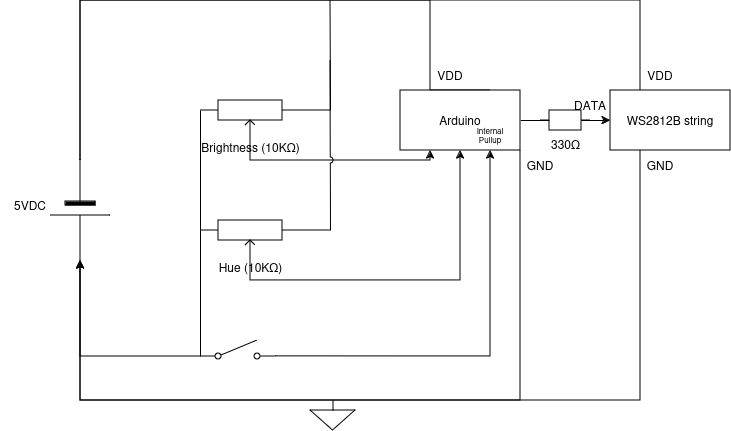
mtak/desk-color-bar keeps this draw.io diagram as Desk-color-bar.drawio.png. Above is the earlier version. Source tidied: cells renumbered, new cells last; positions are measured from the earlier drawing's top-left corner, leaving out a move shared by most shapes. Source of this version:
```xml
<mxGraphModel>
  <root>
    <mxCell id="0" />
    <mxCell id="1" parent="0" />
    <mxCell id="2" style="edgeStyle=orthogonalEdgeStyle;rounded=0;jettySize=auto;html=1;exitX=1;exitY=0.5;exitDx=0;exitDy=0;exitPerimeter=0;entryX=0;entryY=0.8;entryDx=0;entryDy=0;endArrow=none;endFill=0;" parent="1" edge="1" source="5" target="9">
      <mxGeometry relative="1" as="geometry" />
    </mxCell>
    <mxCell id="3" style="edgeStyle=orthogonalEdgeStyle;rounded=0;jettySize=auto;html=1;exitX=0;exitY=0.5;exitDx=0;exitDy=0;exitPerimeter=0;endArrow=none;endFill=0;entryX=0.75;entryY=0;entryDx=0;entryDy=0;" parent="1" edge="1" source="5" target="7">
      <mxGeometry relative="1" as="geometry">
        <Array as="points">
          <mxPoint x="80" />
          <mxPoint x="430" />
          <mxPoint x="430" y="90" />
        </Array>
      </mxGeometry>
    </mxCell>
    <mxCell id="4" style="edgeStyle=orthogonalEdgeStyle;rounded=0;jettySize=auto;html=1;exitX=0;exitY=0.5;exitDx=0;exitDy=0;exitPerimeter=0;entryX=0.25;entryY=0;entryDx=0;entryDy=0;endArrow=none;endFill=0;" parent="1" edge="1" source="5" target="19">
      <mxGeometry relative="1" as="geometry">
        <Array as="points">
          <mxPoint x="80" />
          <mxPoint x="640" />
        </Array>
      </mxGeometry>
    </mxCell>
    <mxCell id="5" style="verticalLabelPosition=bottom;shadow=0;dashed=0;align=center;fillColor=strokeColor;html=1;verticalAlign=top;strokeWidth=1;shape=mxgraph.electrical.miscellaneous.monocell_battery;rotation=90;" parent="1" vertex="1">
      <mxGeometry x="30" y="180" width="100" height="60" as="geometry" />
    </mxCell>
    <mxCell id="6" style="edgeStyle=orthogonalEdgeStyle;rounded=0;jettySize=auto;html=1;exitX=1;exitY=0.5;exitDx=0;exitDy=0;entryX=0;entryY=0.5;entryDx=0;entryDy=0;endArrow=classic;endFill=1;" parent="1" edge="1" source="7" target="19">
      <mxGeometry relative="1" as="geometry" />
    </mxCell>
    <mxCell id="7" value="Arduino" style="rounded=0;whiteSpace=wrap;html=1;" parent="1" vertex="1">
      <mxGeometry x="400" y="90" width="120" height="60" as="geometry" />
    </mxCell>
    <mxCell id="8" style="edgeStyle=orthogonalEdgeStyle;rounded=0;jettySize=auto;html=1;exitX=1;exitY=0.8;exitDx=0;exitDy=0;entryX=0.75;entryY=1;entryDx=0;entryDy=0;endArrow=classic;endFill=1;" parent="1" edge="1" source="9" target="7">
      <mxGeometry relative="1" as="geometry" />
    </mxCell>
    <mxCell id="9" style="html=1;shape=mxgraph.electrical.electro-mechanical.singleSwitch;elSwitchState=off;" parent="1" vertex="1">
      <mxGeometry x="200" y="340" width="75" height="20" as="geometry" />
    </mxCell>
    <mxCell id="10" style="edgeStyle=orthogonalEdgeStyle;rounded=0;jettySize=auto;html=1;exitX=1;exitY=0.25;exitDx=0;exitDy=0;exitPerimeter=0;endArrow=none;endFill=0;" parent="1" edge="1" source="12">
      <mxGeometry relative="1" as="geometry">
        <mxPoint x="330" as="targetPoint" />
      </mxGeometry>
    </mxCell>
    <mxCell id="11" style="edgeStyle=orthogonalEdgeStyle;rounded=0;jettySize=auto;html=1;exitX=0.5;exitY=1;exitDx=0;exitDy=0;exitPerimeter=0;jumpStyle=arc;jumpSize=10;endArrow=classic;endFill=1;entryX=0.25;entryY=1;entryDx=0;entryDy=0;" parent="1" edge="1" source="12" target="7">
      <mxGeometry relative="1" as="geometry" />
    </mxCell>
    <mxCell id="12" value="Brightness (10K&lt;span lang=&quot;nl&quot; class=&quot;BxUVEf ILfuVd&quot;&gt;&lt;span class=&quot;hgKElc&quot;&gt;Ω)&lt;/span&gt;&lt;/span&gt;" style="verticalLabelPosition=bottom;shadow=0;dashed=0;align=center;html=1;verticalAlign=top;shape=mxgraph.electrical.resistors.potentiometer_1;spacing=-5;" parent="1" vertex="1">
      <mxGeometry x="200" y="100" width="100" height="40" as="geometry" />
    </mxCell>
    <mxCell id="13" style="edgeStyle=orthogonalEdgeStyle;rounded=0;jettySize=auto;html=1;exitX=1;exitY=0.25;exitDx=0;exitDy=0;exitPerimeter=0;jumpStyle=arc;endArrow=none;endFill=0;" parent="1" edge="1" source="15">
      <mxGeometry relative="1" as="geometry">
        <mxPoint x="330" y="60" as="targetPoint" />
      </mxGeometry>
    </mxCell>
    <mxCell id="14" style="edgeStyle=orthogonalEdgeStyle;rounded=0;jettySize=auto;html=1;exitX=0.5;exitY=1;exitDx=0;exitDy=0;exitPerimeter=0;entryX=0.5;entryY=1;entryDx=0;entryDy=0;endArrow=classic;endFill=1;" parent="1" edge="1" source="15" target="7">
      <mxGeometry relative="1" as="geometry" />
    </mxCell>
    <mxCell id="15" value="Hue (10K&lt;span lang=&quot;nl&quot; class=&quot;BxUVEf ILfuVd&quot;&gt;&lt;span class=&quot;hgKElc&quot;&gt;Ω)&lt;/span&gt;&lt;/span&gt;" style="verticalLabelPosition=bottom;shadow=0;dashed=0;align=center;html=1;verticalAlign=top;shape=mxgraph.electrical.resistors.potentiometer_1;spacing=-5;" parent="1" vertex="1">
      <mxGeometry x="200" y="220" width="100" height="40" as="geometry" />
    </mxCell>
    <mxCell id="16" style="endArrow=none;html=1;rounded=0;exitX=0;exitY=0.8;exitDx=0;exitDy=0;entryX=0;entryY=0.25;entryDx=0;entryDy=0;entryPerimeter=0;" parent="1" edge="1" source="9" target="15">
      <mxGeometry relative="1" as="geometry" />
    </mxCell>
    <mxCell id="17" style="endArrow=none;html=1;rounded=0;exitX=0;exitY=0.25;exitDx=0;exitDy=0;exitPerimeter=0;entryX=0;entryY=0.25;entryDx=0;entryDy=0;entryPerimeter=0;" parent="1" edge="1" source="15" target="12">
      <mxGeometry relative="1" as="geometry" />
    </mxCell>
    <mxCell id="18" style="edgeStyle=orthogonalEdgeStyle;rounded=0;jettySize=auto;html=1;exitX=1;exitY=1;exitDx=0;exitDy=0;entryX=1;entryY=0.5;entryDx=0;entryDy=0;entryPerimeter=0;" parent="1" edge="1" source="7" target="5">
      <mxGeometry relative="1" as="geometry">
        <Array as="points">
          <mxPoint x="520" y="400" />
          <mxPoint x="80" y="400" />
        </Array>
      </mxGeometry>
    </mxCell>
    <mxCell id="19" value="WS2812B string" style="rounded=0;whiteSpace=wrap;html=1;" parent="1" vertex="1">
      <mxGeometry x="610" y="90" width="120" height="60" as="geometry" />
    </mxCell>
    <mxCell id="20" style="edgeStyle=orthogonalEdgeStyle;rounded=0;jettySize=auto;html=1;exitX=0.25;exitY=1;exitDx=0;exitDy=0;entryX=1;entryY=0.5;entryDx=0;entryDy=0;entryPerimeter=0;" parent="1" edge="1" source="19" target="5">
      <mxGeometry relative="1" as="geometry">
        <Array as="points">
          <mxPoint x="640" y="400" />
          <mxPoint x="80" y="400" />
        </Array>
      </mxGeometry>
    </mxCell>
    <mxCell id="21" value="VDD" style="text;html=1;align=center;verticalAlign=middle;whiteSpace=wrap;rounded=0;" parent="1" vertex="1">
      <mxGeometry x="420" y="60" width="60" height="30" as="geometry" />
    </mxCell>
    <mxCell id="22" value="GND" style="text;html=1;align=center;verticalAlign=middle;whiteSpace=wrap;rounded=0;" parent="1" vertex="1">
      <mxGeometry x="510" y="150" width="60" height="30" as="geometry" />
    </mxCell>
    <mxCell id="23" value="&lt;div style=&quot;font-size: 8px;&quot;&gt;&lt;font style=&quot;font-size: 8px;&quot;&gt;Internal&lt;/font&gt;&lt;/div&gt;&lt;div style=&quot;font-size: 8px;&quot;&gt;&lt;font style=&quot;font-size: 8px;&quot;&gt;&lt;font style=&quot;font-size: 8px;&quot;&gt;Pullup&lt;/font&gt;&lt;font style=&quot;font-size: 8px;&quot;&gt;&lt;br style=&quot;font-size: 8px;&quot;&gt;&lt;/font&gt;&lt;/font&gt;&lt;/div&gt;" style="text;html=1;align=center;verticalAlign=middle;whiteSpace=wrap;rounded=0;fontSize=8;" parent="1" vertex="1">
      <mxGeometry x="460" y="120" width="60" height="30" as="geometry" />
    </mxCell>
    <mxCell id="24" value="VDD" style="text;html=1;align=center;verticalAlign=middle;whiteSpace=wrap;rounded=0;" parent="1" vertex="1">
      <mxGeometry x="630" y="60" width="60" height="30" as="geometry" />
    </mxCell>
    <mxCell id="25" value="GND" style="text;html=1;align=center;verticalAlign=middle;whiteSpace=wrap;rounded=0;" parent="1" vertex="1">
      <mxGeometry x="630" y="150" width="60" height="30" as="geometry" />
    </mxCell>
    <mxCell id="26" value="DATA" style="text;html=1;align=center;verticalAlign=middle;whiteSpace=wrap;rounded=0;" parent="1" vertex="1">
      <mxGeometry x="560" y="90" width="60" height="30" as="geometry" />
    </mxCell>
    <mxCell id="27" value="330&lt;span lang=&quot;nl&quot; class=&quot;BxUVEf ILfuVd&quot;&gt;&lt;span class=&quot;hgKElc&quot;&gt;Ω&lt;/span&gt;&lt;/span&gt;" style="verticalLabelPosition=bottom;shadow=0;dashed=0;align=center;html=1;verticalAlign=top;shape=mxgraph.electrical.resistors.resistor_1;" parent="1" vertex="1">
      <mxGeometry x="540" y="110" width="50" height="20" as="geometry" />
    </mxCell>
    <mxCell id="28" value="5VDC" style="text;html=1;align=center;verticalAlign=middle;whiteSpace=wrap;rounded=0;" parent="1" vertex="1">
      <mxGeometry y="190" width="60" height="30" as="geometry" />
    </mxCell>
    <mxCell id="29" style="edgeStyle=orthogonalEdgeStyle;rounded=0;jettySize=auto;html=1;exitX=0.5;exitY=0;exitDx=0;exitDy=0;exitPerimeter=0;endArrow=none;endFill=0;" parent="1" edge="1" source="30">
      <mxGeometry relative="1" as="geometry">
        <mxPoint x="332.8" y="400" as="targetPoint" />
      </mxGeometry>
    </mxCell>
    <mxCell id="30" style="verticalLabelPosition=bottom;shadow=0;dashed=0;align=center;html=1;verticalAlign=top;shape=mxgraph.electrical.signal_sources.signal_ground;" parent="1" vertex="1">
      <mxGeometry x="310" y="400" width="45" height="30" as="geometry" />
    </mxCell>
  </root>
</mxGraphModel>
```
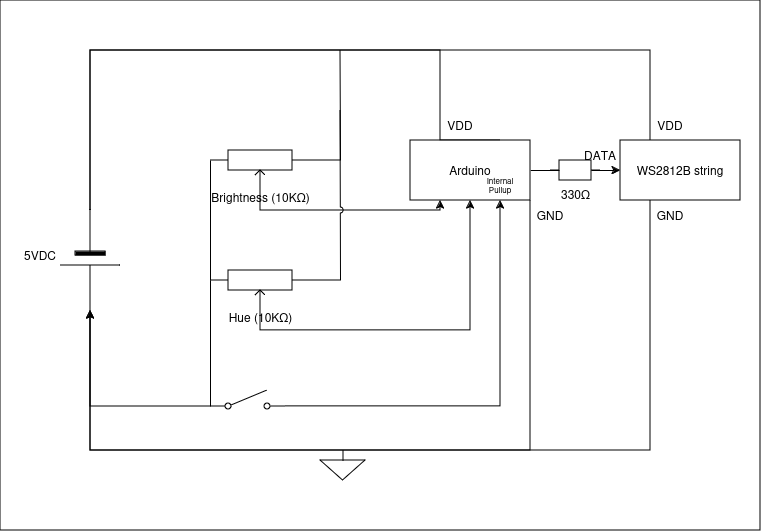
After the commit.

Commit message:
Added border around schematic

What changed in the source:
```diff
@@ -2,6 +2,9 @@
   <root>
     <mxCell id="0" />
     <mxCell id="1" parent="0" />
+    <mxCell id="31" style="rounded=0;whiteSpace=wrap;html=1;" parent="1" vertex="1">
+      <mxGeometry x="-10" y="-50" width="760" height="530" as="geometry" />
+    </mxCell>
     <mxCell id="2" style="edgeStyle=orthogonalEdgeStyle;rounded=0;jettySize=auto;html=1;exitX=1;exitY=0.5;exitDx=0;exitDy=0;exitPerimeter=0;entryX=0;entryY=0.8;entryDx=0;entryDy=0;endArrow=none;endFill=0;" parent="1" edge="1" source="5" target="9">
       <mxGeometry relative="1" as="geometry" />
     </mxCell>
```
